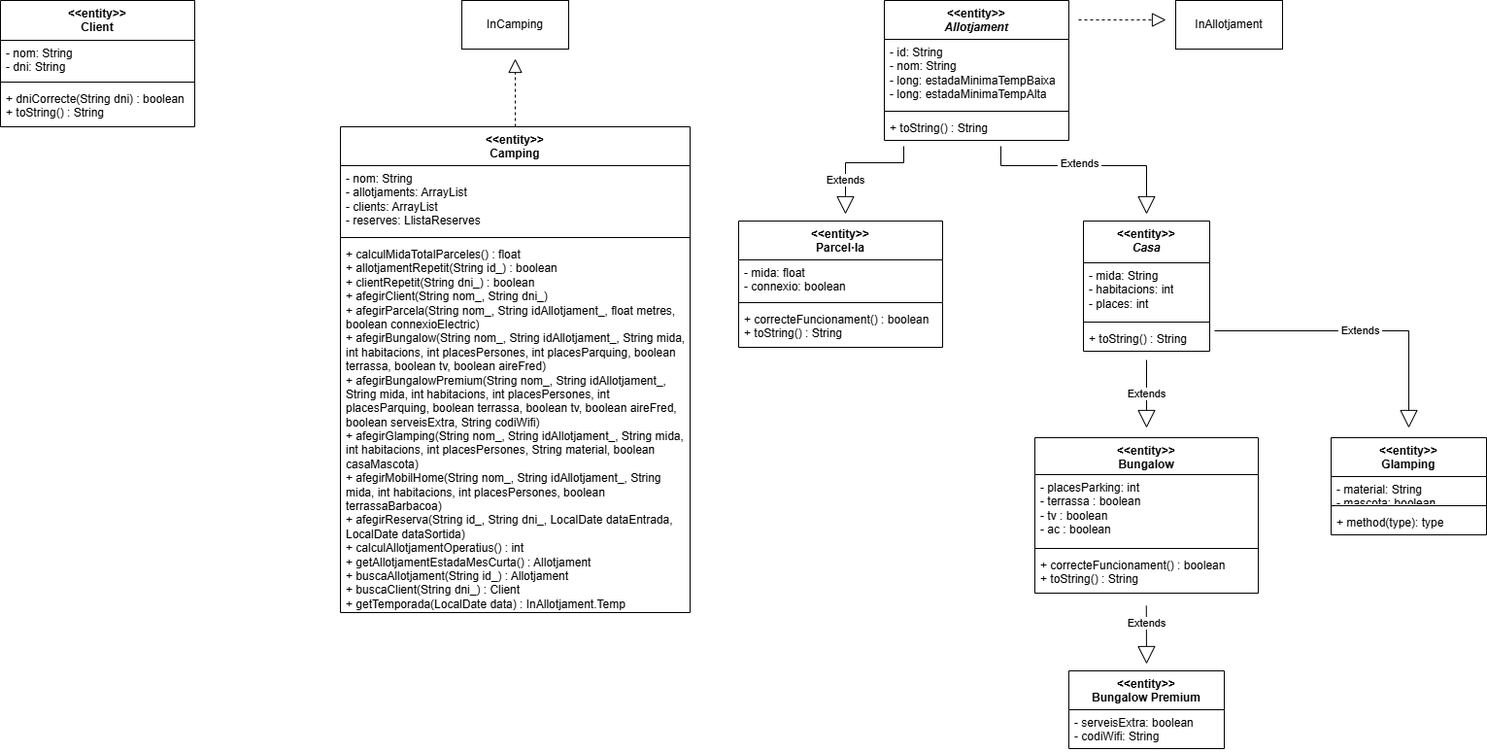
martimiro/Prog-II keeps this draw.io diagram as Practica1.png. Above is the earlier version. Source tidied: cells renumbered, new cells last; positions are measured from the earlier drawing's top-left corner, leaving out a move shared by most shapes.
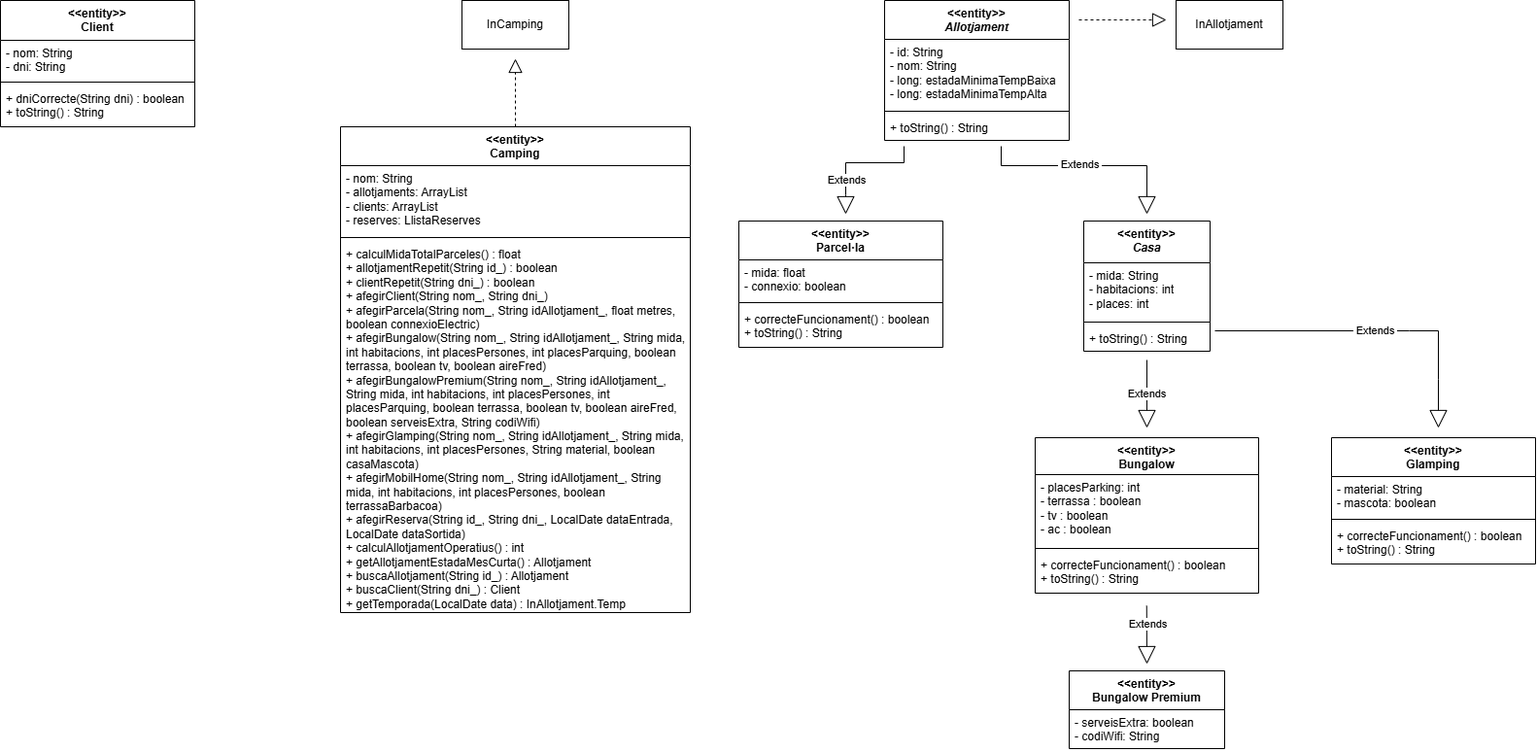
The same file after the commit.

Change to the diagram source:
```diff
@@ -143,23 +143,25 @@
     <mxCell id="39" value="&amp;nbsp;Extends&amp;nbsp;" style="endArrow=block;endSize=16;endFill=0;html=1;rounded=0;" parent="1" edge="1">
       <mxGeometry relative="1" as="geometry">
         <mxPoint x="1250" y="340" as="sourcePoint" />
-        <mxPoint x="1450" y="440" as="targetPoint" />
+        <mxPoint x="1480" y="440" as="targetPoint" />
         <Array as="points">
           <mxPoint x="1450" y="340" />
+          <mxPoint x="1480" y="340" />
+          <mxPoint x="1480" y="390" />
         </Array>
       </mxGeometry>
     </mxCell>
     <mxCell id="40" value="&amp;lt;&amp;lt;entity&amp;gt;&amp;gt;&lt;div&gt;Glamping&lt;/div&gt;" style="swimlane;fontStyle=1;align=center;verticalAlign=top;horizontal=1;startSize=40;whiteSpace=wrap;html=1;" parent="1" vertex="1">
-      <mxGeometry x="1370" y="450" width="160" height="100" as="geometry" />
+      <mxGeometry x="1370" y="450" width="210" height="130" as="geometry" />
     </mxCell>
     <mxCell id="41" value="- material: String&lt;div&gt;- mascota: boolean&lt;/div&gt;" style="text;strokeColor=none;fillColor=none;align=left;verticalAlign=top;spacingLeft=4;spacingRight=4;overflow=hidden;whiteSpace=wrap;html=1;" parent="40" vertex="1">
-      <mxGeometry y="40" width="160" height="26" as="geometry" />
+      <mxGeometry y="40" width="210" height="40" as="geometry" />
     </mxCell>
     <mxCell id="42" style="line;strokeWidth=1;fillColor=none;align=left;verticalAlign=middle;spacingTop=-1;spacingLeft=3;spacingRight=3;labelPosition=right;strokeColor=inherit;" parent="40" vertex="1">
-      <mxGeometry y="66" width="160" height="8" as="geometry" />
+      <mxGeometry y="80" width="210" height="8" as="geometry" />
     </mxCell>
-    <mxCell id="43" value="+ method(type): type" style="text;strokeColor=none;fillColor=none;align=left;verticalAlign=top;spacingLeft=4;spacingRight=4;overflow=hidden;whiteSpace=wrap;html=1;" parent="40" vertex="1">
-      <mxGeometry y="74" width="160" height="26" as="geometry" />
+    <mxCell id="43" value="+ correcteFuncionament() : boolean&lt;div&gt;+ toString() : String&lt;/div&gt;" style="text;strokeColor=none;fillColor=none;align=left;verticalAlign=top;spacingLeft=4;spacingRight=4;overflow=hidden;whiteSpace=wrap;html=1;" parent="40" vertex="1">
+      <mxGeometry y="88" width="210" height="42" as="geometry" />
     </mxCell>
   </root>
 </mxGraphModel>
```
